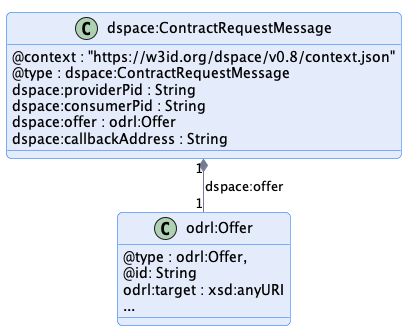
International-Data-Spaces-Association/ids-specification keeps this PlantUML diagram as negotiation/message/diagram/contract-request-message.png. Above is the earlier version.
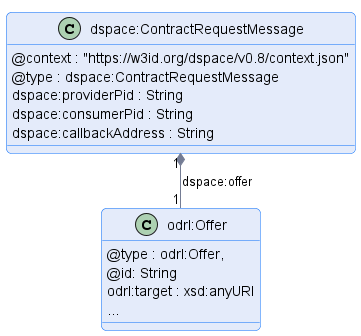
The same file after the commit.

The edit, as a diff of the source:
```diff
@@ -11,7 +11,6 @@
     @type : dspace:ContractRequestMessage
     dspace:providerPid : String
     dspace:consumerPid : String
-    dspace:offer : odrl:Offer
     dspace:callbackAddress : String
 }
 
```
